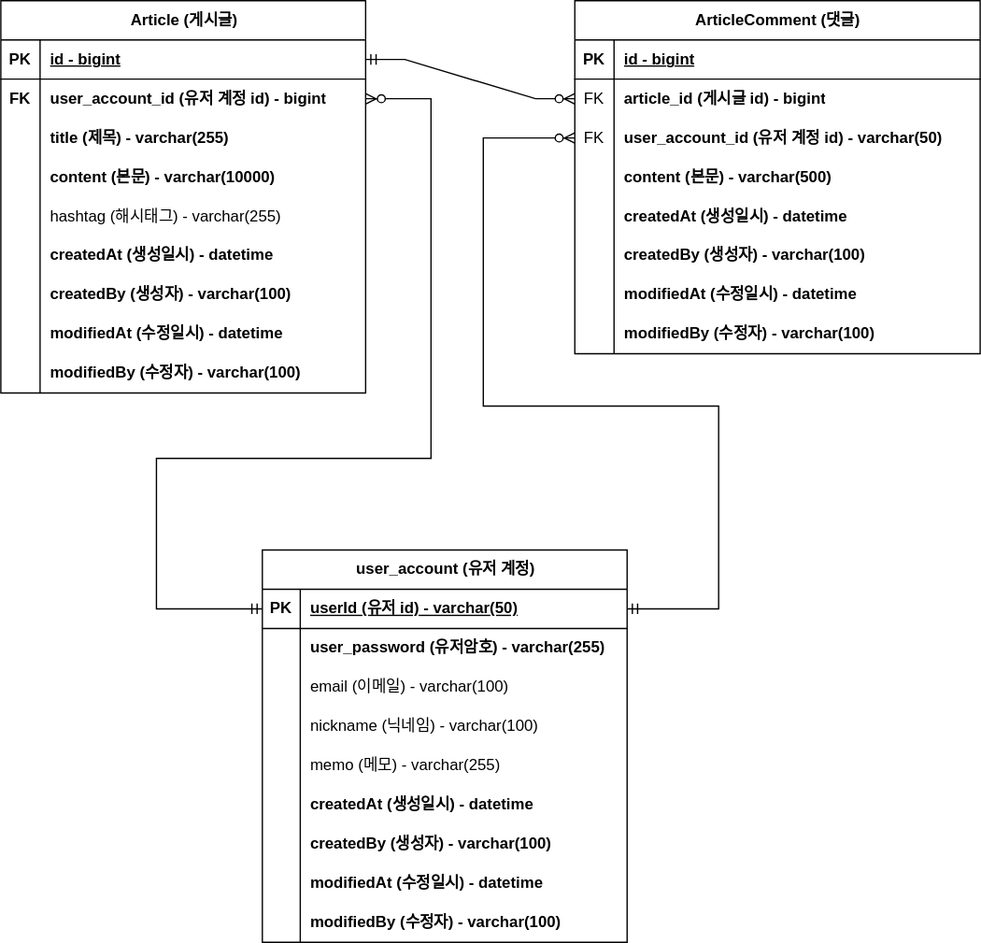
The draw.io diagram part2/document/project-board-erd.svg in kiekk/fastcampus-10-projects-backend-web, before a commit. Source tidied: cells renumbered, new cells last; positions are measured from the earlier drawing's top-left corner, leaving out a move shared by most shapes.
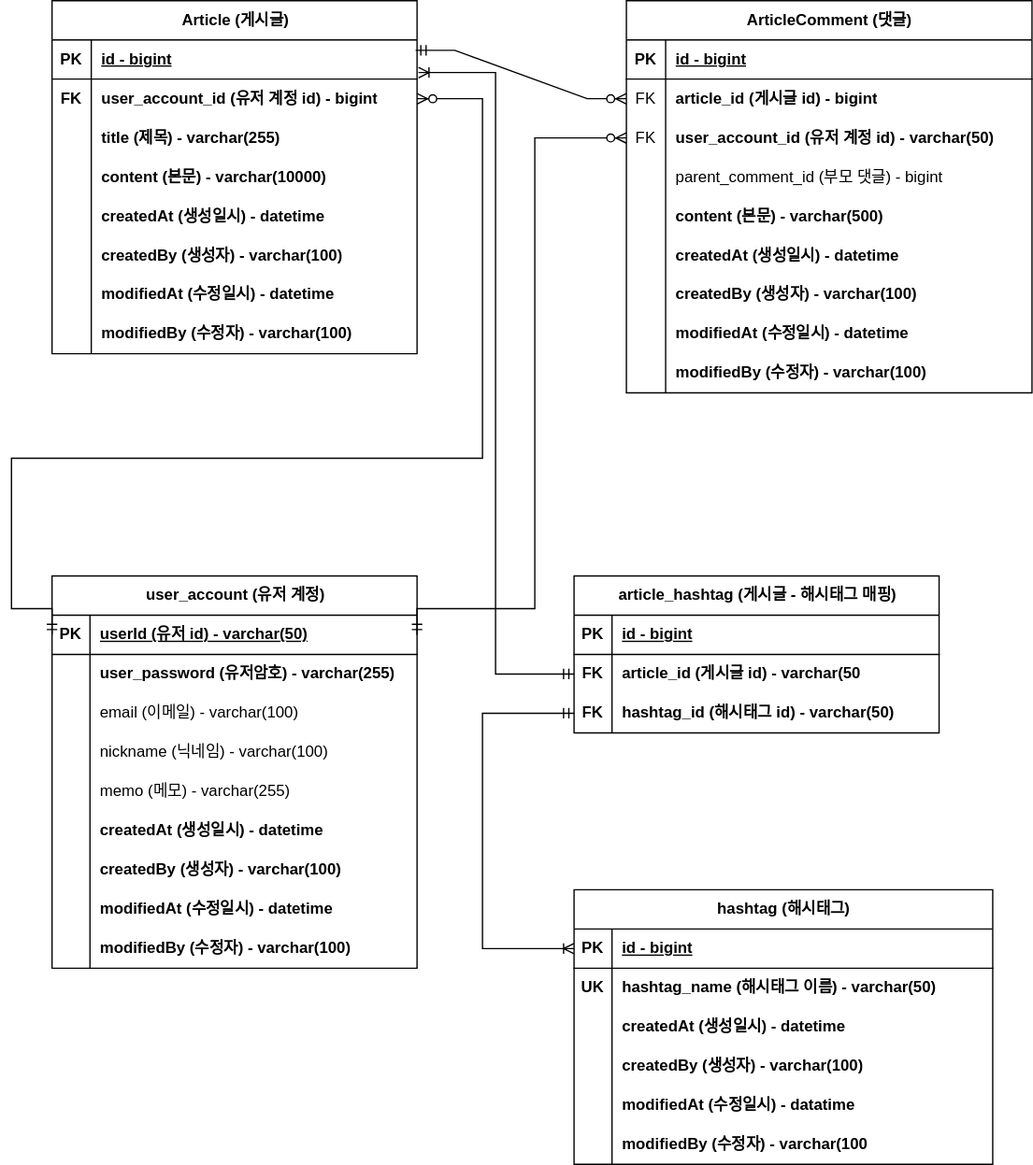
After the commit.

Commit message:
#52 - project-board-erd.svg 업데이트: 대댓글, 해시태그

Change to the diagram source:
```diff
@@ -5,3 +5,3 @@
     <mxCell id="2" value="Article (게시글)" style="shape=table;startSize=30;rowLines=0;fontStyle=1;align=center;html=1;" parent="1" vertex="1">
-      <mxGeometry width="279" height="300" as="geometry" />
+      <mxGeometry width="279" height="270" as="geometry" />
     </mxCell>
@@ -43,13 +43,4 @@
     </mxCell>
-    <mxCell id="15" style="shape=tableRow;horizontal=0;startSize=0;swimlaneHead=0;swimlaneBody=0;fillColor=none;top=0;left=0;right=0;bottom=0;" parent="2" vertex="1">
-      <mxGeometry y="150" width="279" height="30" as="geometry" />
-    </mxCell>
-    <mxCell id="16" style="shape=partialRectangle;fillColor=none;top=0;left=0;bottom=0;right=0;overflow=hidden;whiteSpace=wrap;html=1;" parent="15" vertex="1">
-      <mxGeometry width="30" height="30" as="geometry" />
-    </mxCell>
-    <mxCell id="17" value="hashtag (해시태그) - varchar(255)" style="shape=partialRectangle;fillColor=none;top=0;left=0;bottom=0;right=0;align=left;spacingLeft=6;overflow=hidden;whiteSpace=wrap;html=1;" parent="15" vertex="1">
-      <mxGeometry x="30" width="249" height="30" as="geometry" />
-    </mxCell>
     <mxCell id="18" style="shape=tableRow;horizontal=0;startSize=0;swimlaneHead=0;swimlaneBody=0;fillColor=none;top=0;left=0;right=0;bottom=0;" parent="2" vertex="1">
-      <mxGeometry y="180" width="279" height="30" as="geometry" />
+      <mxGeometry y="150" width="279" height="30" as="geometry" />
     </mxCell>
@@ -62,3 +53,3 @@
     <mxCell id="21" style="shape=tableRow;horizontal=0;startSize=0;swimlaneHead=0;swimlaneBody=0;fillColor=none;top=0;left=0;right=0;bottom=0;" parent="2" vertex="1">
-      <mxGeometry y="210" width="279" height="30" as="geometry" />
+      <mxGeometry y="180" width="279" height="30" as="geometry" />
     </mxCell>
@@ -71,3 +62,3 @@
     <mxCell id="24" style="shape=tableRow;horizontal=0;startSize=0;swimlaneHead=0;swimlaneBody=0;fillColor=none;top=0;left=0;right=0;bottom=0;" parent="2" vertex="1">
-      <mxGeometry y="240" width="279" height="30" as="geometry" />
+      <mxGeometry y="210" width="279" height="30" as="geometry" />
     </mxCell>
@@ -80,3 +71,3 @@
     <mxCell id="27" style="shape=tableRow;horizontal=0;startSize=0;swimlaneHead=0;swimlaneBody=0;fillColor=none;top=0;left=0;right=0;bottom=0;" parent="2" vertex="1">
-      <mxGeometry y="270" width="279" height="30" as="geometry" />
+      <mxGeometry y="240" width="279" height="30" as="geometry" />
     </mxCell>
@@ -89,3 +80,3 @@
     <mxCell id="30" value="ArticleComment (댓글)" style="shape=table;startSize=30;rowLines=0;fontStyle=1;align=center;html=1;" parent="1" vertex="1">
-      <mxGeometry x="439" width="310" height="270" as="geometry" />
+      <mxGeometry x="439" width="310" height="300" as="geometry" />
     </mxCell>
@@ -118,4 +109,13 @@
     </mxCell>
+    <mxCell id="43" style="shape=tableRow;horizontal=0;startSize=0;swimlaneHead=0;swimlaneBody=0;fillColor=none;top=0;left=0;right=0;bottom=0;" parent="30" vertex="1">
+      <mxGeometry y="120" width="310" height="30" as="geometry" />
+    </mxCell>
+    <mxCell id="44" style="shape=partialRectangle;fillColor=none;top=0;left=0;bottom=0;right=0;overflow=hidden;whiteSpace=wrap;html=1;" parent="43" vertex="1">
+      <mxGeometry width="30" height="30" as="geometry" />
+    </mxCell>
+    <mxCell id="45" value="parent_comment_id (부모 댓글) - bigint" style="shape=partialRectangle;fillColor=none;top=0;left=0;bottom=0;right=0;align=left;spacingLeft=6;overflow=hidden;whiteSpace=wrap;html=1;fontStyle=0;" parent="43" vertex="1">
+      <mxGeometry x="30" width="280" height="30" as="geometry" />
+    </mxCell>
     <mxCell id="40" style="shape=tableRow;horizontal=0;startSize=0;swimlaneHead=0;swimlaneBody=0;fillColor=none;top=0;left=0;right=0;bottom=0;" parent="30" vertex="1">
-      <mxGeometry y="120" width="310" height="30" as="geometry" />
+      <mxGeometry y="150" width="310" height="30" as="geometry" />
     </mxCell>
@@ -127,13 +127,13 @@
     </mxCell>
-    <mxCell id="43" style="shape=tableRow;horizontal=0;startSize=0;swimlaneHead=0;swimlaneBody=0;fillColor=none;top=0;left=0;right=0;bottom=0;" parent="30" vertex="1">
-      <mxGeometry y="150" width="310" height="30" as="geometry" />
-    </mxCell>
-    <mxCell id="44" style="shape=partialRectangle;fillColor=none;top=0;left=0;bottom=0;right=0;overflow=hidden;whiteSpace=wrap;html=1;" parent="43" vertex="1">
-      <mxGeometry width="30" height="30" as="geometry" />
-    </mxCell>
-    <mxCell id="45" value="createdAt (생성일시) - datetime" style="shape=partialRectangle;fillColor=none;top=0;left=0;bottom=0;right=0;align=left;spacingLeft=6;overflow=hidden;whiteSpace=wrap;html=1;fontStyle=1;" parent="43" vertex="1">
-      <mxGeometry x="30" width="280" height="30" as="geometry" />
-    </mxCell>
+    <mxCell id="86" style="shape=tableRow;horizontal=0;startSize=0;swimlaneHead=0;swimlaneBody=0;fillColor=none;top=0;left=0;right=0;bottom=0;" parent="30" vertex="1">
+      <mxGeometry y="180" width="310" height="30" as="geometry" />
+    </mxCell>
+    <mxCell id="16" style="shape=partialRectangle;fillColor=none;top=0;left=0;bottom=0;right=0;overflow=hidden;whiteSpace=wrap;html=1;" parent="86" vertex="1">
+      <mxGeometry width="30" height="30" as="geometry" />
+    </mxCell>
+    <mxCell id="87" value="createdAt (생성일시) - datetime" style="shape=partialRectangle;fillColor=none;top=0;left=0;bottom=0;right=0;align=left;spacingLeft=6;overflow=hidden;whiteSpace=wrap;html=1;fontStyle=1;" parent="86" vertex="1">
+      <mxGeometry x="30" width="280" height="30" as="geometry" />
+    </mxCell>
     <mxCell id="46" style="shape=tableRow;horizontal=0;startSize=0;swimlaneHead=0;swimlaneBody=0;fillColor=none;top=0;left=0;right=0;bottom=0;" parent="30" vertex="1">
-      <mxGeometry y="180" width="310" height="30" as="geometry" />
+      <mxGeometry y="210" width="310" height="30" as="geometry" />
     </mxCell>
@@ -146,3 +146,3 @@
     <mxCell id="49" style="shape=tableRow;horizontal=0;startSize=0;swimlaneHead=0;swimlaneBody=0;fillColor=none;top=0;left=0;right=0;bottom=0;" parent="30" vertex="1">
-      <mxGeometry y="210" width="310" height="30" as="geometry" />
+      <mxGeometry y="240" width="310" height="30" as="geometry" />
     </mxCell>
@@ -155,3 +155,3 @@
     <mxCell id="52" style="shape=tableRow;horizontal=0;startSize=0;swimlaneHead=0;swimlaneBody=0;fillColor=none;top=0;left=0;right=0;bottom=0;" parent="30" vertex="1">
-      <mxGeometry y="240" width="310" height="30" as="geometry" />
+      <mxGeometry y="270" width="310" height="30" as="geometry" />
     </mxCell>
@@ -164,3 +164,3 @@
     <mxCell id="55" value="user_account (유저 계정)" style="shape=table;startSize=30;rowLines=0;fontStyle=1;align=center;html=1;" parent="1" vertex="1">
-      <mxGeometry x="200" y="420" width="279" height="300" as="geometry" />
+      <mxGeometry y="440" width="279" height="300" as="geometry" />
     </mxCell>
@@ -250,5 +250,4 @@
         <Array as="points">
-          <mxPoint x="549" y="465" />
-          <mxPoint x="549" y="310" />
-          <mxPoint x="369" y="310" />
+          <mxPoint x="279" y="465" />
+          <mxPoint x="369" y="465" />
           <mxPoint x="369" y="105" />
@@ -257,4 +256,8 @@
     </mxCell>
-    <mxCell id="84" style="edgeStyle=entityRelationEdgeStyle;fontSize=12;html=1;endArrow=ERzeroToMany;startArrow=ERmandOne;rounded=0;entryX=0;entryY=0.5;entryDx=0;entryDy=0;exitX=1;exitY=0.5;exitDx=0;exitDy=0;" parent="1" edge="1" source="3" target="34">
-      <mxGeometry relative="1" as="geometry" />
+    <mxCell id="84" style="edgeStyle=entityRelationEdgeStyle;fontSize=12;html=1;endArrow=ERzeroToMany;startArrow=ERmandOne;rounded=0;entryX=0;entryY=0.5;entryDx=0;entryDy=0;exitX=0.996;exitY=0.267;exitDx=0;exitDy=0;exitPerimeter=0;" parent="1" edge="1" source="3" target="34">
+      <mxGeometry relative="1" as="geometry">
+        <Array as="points">
+          <mxPoint x="289" y="30" />
+        </Array>
+      </mxGeometry>
     </mxCell>
@@ -263,4 +266,5 @@
         <Array as="points">
-          <mxPoint x="119" y="465" />
-          <mxPoint x="119" y="350" />
+          <mxPoint y="465" />
+          <mxPoint x="-31" y="465" />
+          <mxPoint x="-31" y="350" />
           <mxPoint x="329" y="350" />
@@ -270,2 +274,100 @@
     </mxCell>
+    <mxCell id="88" value="article_hashtag (게시글 - 해시태그 매핑)" style="shape=table;startSize=30;rowLines=0;fontStyle=1;align=center;html=1;" parent="1" vertex="1">
+      <mxGeometry x="399" y="440" width="279" height="120" as="geometry" />
+    </mxCell>
+    <mxCell id="89" style="shape=tableRow;horizontal=0;startSize=0;swimlaneHead=0;swimlaneBody=0;fillColor=none;top=0;left=0;right=0;bottom=1;" parent="88" vertex="1">
+      <mxGeometry y="30" width="279" height="30" as="geometry" />
+    </mxCell>
+    <mxCell id="90" value="PK" style="shape=partialRectangle;fillColor=none;top=0;left=0;bottom=0;right=0;fontStyle=1;overflow=hidden;whiteSpace=wrap;html=1;" parent="89" vertex="1">
+      <mxGeometry width="29" height="30" as="geometry" />
+    </mxCell>
+    <mxCell id="91" value="id - bigint" style="shape=partialRectangle;fillColor=none;top=0;left=0;bottom=0;right=0;align=left;spacingLeft=6;fontStyle=5;overflow=hidden;whiteSpace=wrap;html=1;" parent="89" vertex="1">
+      <mxGeometry x="29" width="250" height="30" as="geometry" />
+    </mxCell>
+    <mxCell id="92" style="shape=tableRow;horizontal=0;startSize=0;swimlaneHead=0;swimlaneBody=0;fillColor=none;points=[[0,0.5],[1,0.5]];portConstraint=eastwest;top=0;left=0;right=0;bottom=0;fontStyle=1;" parent="88" vertex="1">
+      <mxGeometry y="60" width="279" height="30" as="geometry" />
+    </mxCell>
+    <mxCell id="93" value="FK" style="shape=partialRectangle;fillColor=none;top=0;left=0;bottom=0;right=0;overflow=hidden;whiteSpace=wrap;html=1;fontStyle=1;" parent="92" vertex="1">
+      <mxGeometry width="29" height="30" as="geometry" />
+    </mxCell>
+    <mxCell id="94" value="article_id (게시글 id) - varchar(50" style="shape=partialRectangle;fillColor=none;top=0;left=0;bottom=0;right=0;align=left;spacingLeft=6;overflow=hidden;whiteSpace=wrap;html=1;fontStyle=1;" parent="92" vertex="1">
+      <mxGeometry x="29" width="250" height="30" as="geometry" />
+    </mxCell>
+    <mxCell id="95" style="shape=tableRow;horizontal=0;startSize=0;swimlaneHead=0;swimlaneBody=0;fillColor=none;points=[[0,0.5],[1,0.5]];portConstraint=eastwest;top=0;left=0;right=0;bottom=0;fontStyle=0;" parent="88" vertex="1">
+      <mxGeometry y="90" width="279" height="30" as="geometry" />
+    </mxCell>
+    <mxCell id="96" value="FK" style="shape=partialRectangle;fillColor=none;top=0;left=0;bottom=0;right=0;overflow=hidden;whiteSpace=wrap;html=1;fontStyle=1;" parent="95" vertex="1">
+      <mxGeometry width="29" height="30" as="geometry" />
+    </mxCell>
+    <mxCell id="97" value="hashtag_id (해시태그 id) - varchar(50)" style="shape=partialRectangle;fillColor=none;top=0;left=0;bottom=0;right=0;align=left;spacingLeft=6;overflow=hidden;whiteSpace=wrap;html=1;fontStyle=1;" parent="95" vertex="1">
+      <mxGeometry x="29" width="250" height="30" as="geometry" />
+    </mxCell>
+    <mxCell id="98" value="hashtag (해시태그)" style="shape=table;startSize=30;rowLines=0;fontStyle=1;align=center;html=1;" parent="1" vertex="1">
+      <mxGeometry x="399" y="680" width="320" height="210" as="geometry" />
+    </mxCell>
+    <mxCell id="99" style="shape=tableRow;horizontal=0;startSize=0;swimlaneHead=0;swimlaneBody=0;fillColor=none;points=[[0,0.5],[1,0.5]];portConstraint=eastwest;top=0;left=0;right=0;bottom=1;" parent="98" vertex="1">
+      <mxGeometry y="30" width="320" height="30" as="geometry" />
+    </mxCell>
+    <mxCell id="100" value="PK" style="shape=partialRectangle;fillColor=none;top=0;left=0;bottom=0;right=0;fontStyle=1;overflow=hidden;whiteSpace=wrap;html=1;" parent="99" vertex="1">
+      <mxGeometry width="29" height="30" as="geometry" />
+    </mxCell>
+    <mxCell id="101" value="id - bigint" style="shape=partialRectangle;fillColor=none;top=0;left=0;bottom=0;right=0;align=left;spacingLeft=6;fontStyle=5;overflow=hidden;whiteSpace=wrap;html=1;" parent="99" vertex="1">
+      <mxGeometry x="29" width="291" height="30" as="geometry" />
+    </mxCell>
+    <mxCell id="102" style="shape=tableRow;horizontal=0;startSize=0;swimlaneHead=0;swimlaneBody=0;fillColor=none;top=0;left=0;right=0;bottom=0;fontStyle=1;" parent="98" vertex="1">
+      <mxGeometry y="60" width="320" height="30" as="geometry" />
+    </mxCell>
+    <mxCell id="103" value="UK" style="shape=partialRectangle;fillColor=none;top=0;left=0;bottom=0;right=0;overflow=hidden;whiteSpace=wrap;html=1;fontStyle=1;" parent="102" vertex="1">
+      <mxGeometry width="29" height="30" as="geometry" />
+    </mxCell>
+    <mxCell id="104" value="hashtag_name (해시태그 이름) - varchar(50)" style="shape=partialRectangle;fillColor=none;top=0;left=0;bottom=0;right=0;align=left;spacingLeft=6;overflow=hidden;whiteSpace=wrap;html=1;fontStyle=1;" parent="102" vertex="1">
+      <mxGeometry x="29" width="291" height="30" as="geometry" />
+    </mxCell>
+    <mxCell id="105" style="shape=tableRow;horizontal=0;startSize=0;swimlaneHead=0;swimlaneBody=0;fillColor=none;top=0;left=0;right=0;bottom=0;fontStyle=0;" parent="98" vertex="1">
+      <mxGeometry y="90" width="320" height="30" as="geometry" />
+    </mxCell>
+    <mxCell id="106" style="shape=partialRectangle;fillColor=none;top=0;left=0;bottom=0;right=0;overflow=hidden;whiteSpace=wrap;html=1;fontStyle=1;" parent="105" vertex="1">
+      <mxGeometry width="29" height="30" as="geometry" />
+    </mxCell>
+    <mxCell id="107" value="createdAt (생성일시) - datetime" style="shape=partialRectangle;fillColor=none;top=0;left=0;bottom=0;right=0;align=left;spacingLeft=6;overflow=hidden;whiteSpace=wrap;html=1;fontStyle=1;" parent="105" vertex="1">
+      <mxGeometry x="29" width="291" height="30" as="geometry" />
+    </mxCell>
+    <mxCell id="108" style="shape=tableRow;horizontal=0;startSize=0;swimlaneHead=0;swimlaneBody=0;fillColor=none;top=0;left=0;right=0;bottom=0;fontStyle=0;" parent="98" vertex="1">
+      <mxGeometry y="120" width="320" height="30" as="geometry" />
+    </mxCell>
+    <mxCell id="109" style="shape=partialRectangle;fillColor=none;top=0;left=0;bottom=0;right=0;overflow=hidden;whiteSpace=wrap;html=1;fontStyle=1;" parent="108" vertex="1">
+      <mxGeometry width="29" height="30" as="geometry" />
+    </mxCell>
+    <mxCell id="110" value="createdBy (생성자) - varchar(100)" style="shape=partialRectangle;fillColor=none;top=0;left=0;bottom=0;right=0;align=left;spacingLeft=6;overflow=hidden;whiteSpace=wrap;html=1;fontStyle=1;" parent="108" vertex="1">
+      <mxGeometry x="29" width="291" height="30" as="geometry" />
+    </mxCell>
+    <mxCell id="111" style="shape=tableRow;horizontal=0;startSize=0;swimlaneHead=0;swimlaneBody=0;fillColor=none;top=0;left=0;right=0;bottom=0;fontStyle=0;" parent="98" vertex="1">
+      <mxGeometry y="150" width="320" height="30" as="geometry" />
+    </mxCell>
+    <mxCell id="112" style="shape=partialRectangle;fillColor=none;top=0;left=0;bottom=0;right=0;overflow=hidden;whiteSpace=wrap;html=1;fontStyle=1;" parent="111" vertex="1">
+      <mxGeometry width="29" height="30" as="geometry" />
+    </mxCell>
+    <mxCell id="113" value="modifiedAt (수정일시) - datatime" style="shape=partialRectangle;fillColor=none;top=0;left=0;bottom=0;right=0;align=left;spacingLeft=6;overflow=hidden;whiteSpace=wrap;html=1;fontStyle=1;" parent="111" vertex="1">
+      <mxGeometry x="29" width="291" height="30" as="geometry" />
+    </mxCell>
+    <mxCell id="114" style="shape=tableRow;horizontal=0;startSize=0;swimlaneHead=0;swimlaneBody=0;fillColor=none;top=0;left=0;right=0;bottom=0;fontStyle=0;" parent="98" vertex="1">
+      <mxGeometry y="180" width="320" height="30" as="geometry" />
+    </mxCell>
+    <mxCell id="115" style="shape=partialRectangle;fillColor=none;top=0;left=0;bottom=0;right=0;overflow=hidden;whiteSpace=wrap;html=1;fontStyle=1;" parent="114" vertex="1">
+      <mxGeometry width="29" height="30" as="geometry" />
+    </mxCell>
+    <mxCell id="116" value="modifiedBy (수정자) - varchar(100" style="shape=partialRectangle;fillColor=none;top=0;left=0;bottom=0;right=0;align=left;spacingLeft=6;overflow=hidden;whiteSpace=wrap;html=1;fontStyle=1;" parent="114" vertex="1">
+      <mxGeometry x="29" width="291" height="30" as="geometry" />
+    </mxCell>
+    <mxCell id="117" style="edgeStyle=orthogonalEdgeStyle;fontSize=12;html=1;endArrow=ERoneToMany;startArrow=ERmandOne;rounded=0;entryX=0;entryY=0.5;entryDx=0;entryDy=0;exitX=0;exitY=0.5;exitDx=0;exitDy=0;" parent="1" edge="1" source="95" target="99">
+      <mxGeometry relative="1" as="geometry">
+        <Array as="points">
+          <mxPoint x="329" y="545" />
+          <mxPoint x="329" y="725" />
+        </Array>
+      </mxGeometry>
+    </mxCell>
+    <mxCell id="118" style="edgeStyle=orthogonalEdgeStyle;fontSize=12;html=1;endArrow=ERoneToMany;startArrow=ERmandOne;rounded=0;exitX=0;exitY=0.5;exitDx=0;exitDy=0;entryX=1.004;entryY=0.833;entryDx=0;entryDy=0;entryPerimeter=0;" parent="1" edge="1" source="92" target="3">
+      <mxGeometry relative="1" as="geometry" />
+    </mxCell>
   </root>
```
